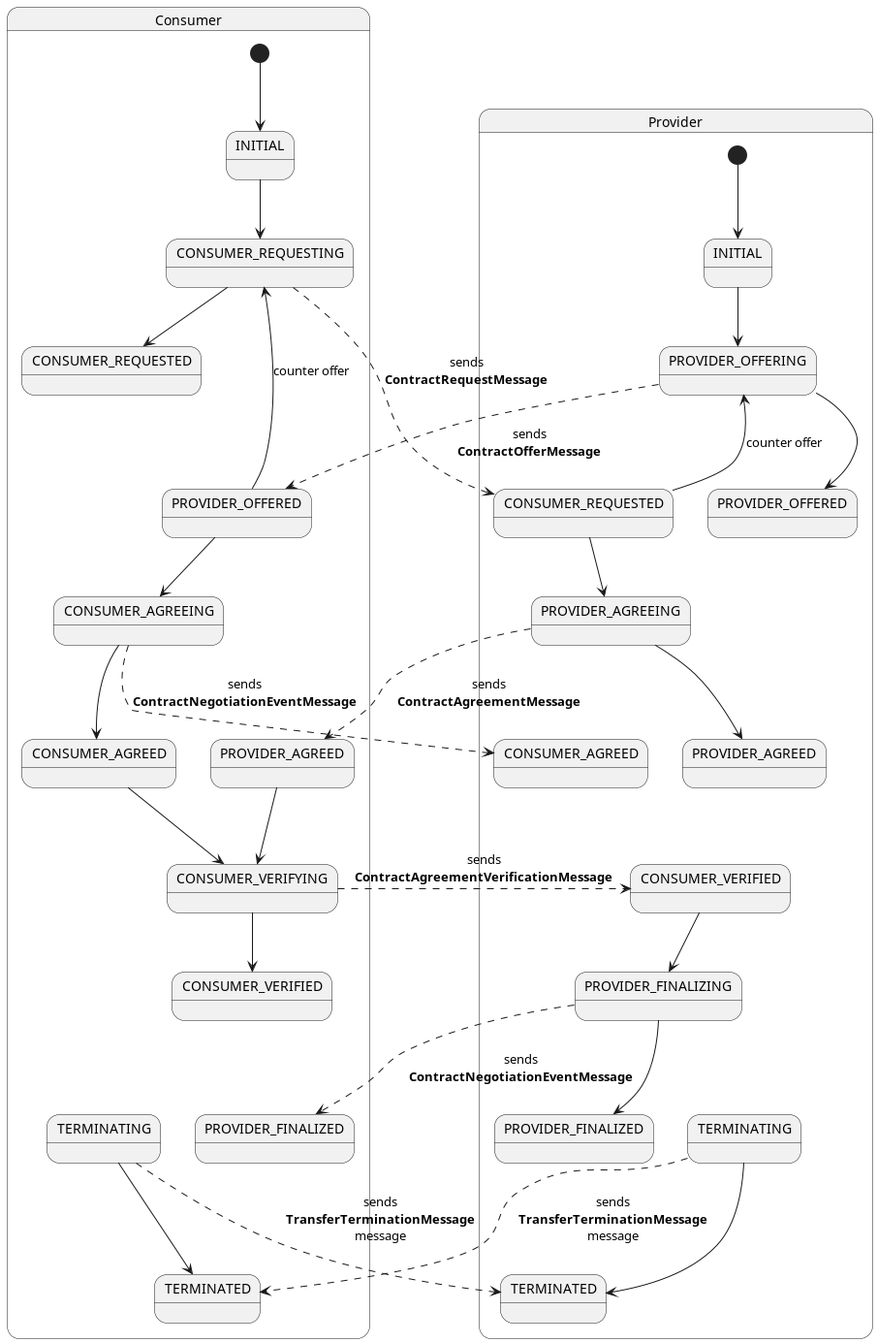
The PlantUML diagram docs/developer/architecture/usage-control/diagrams/contract-negotiation-states.png in eclipse-edc/Connector, before a commit.
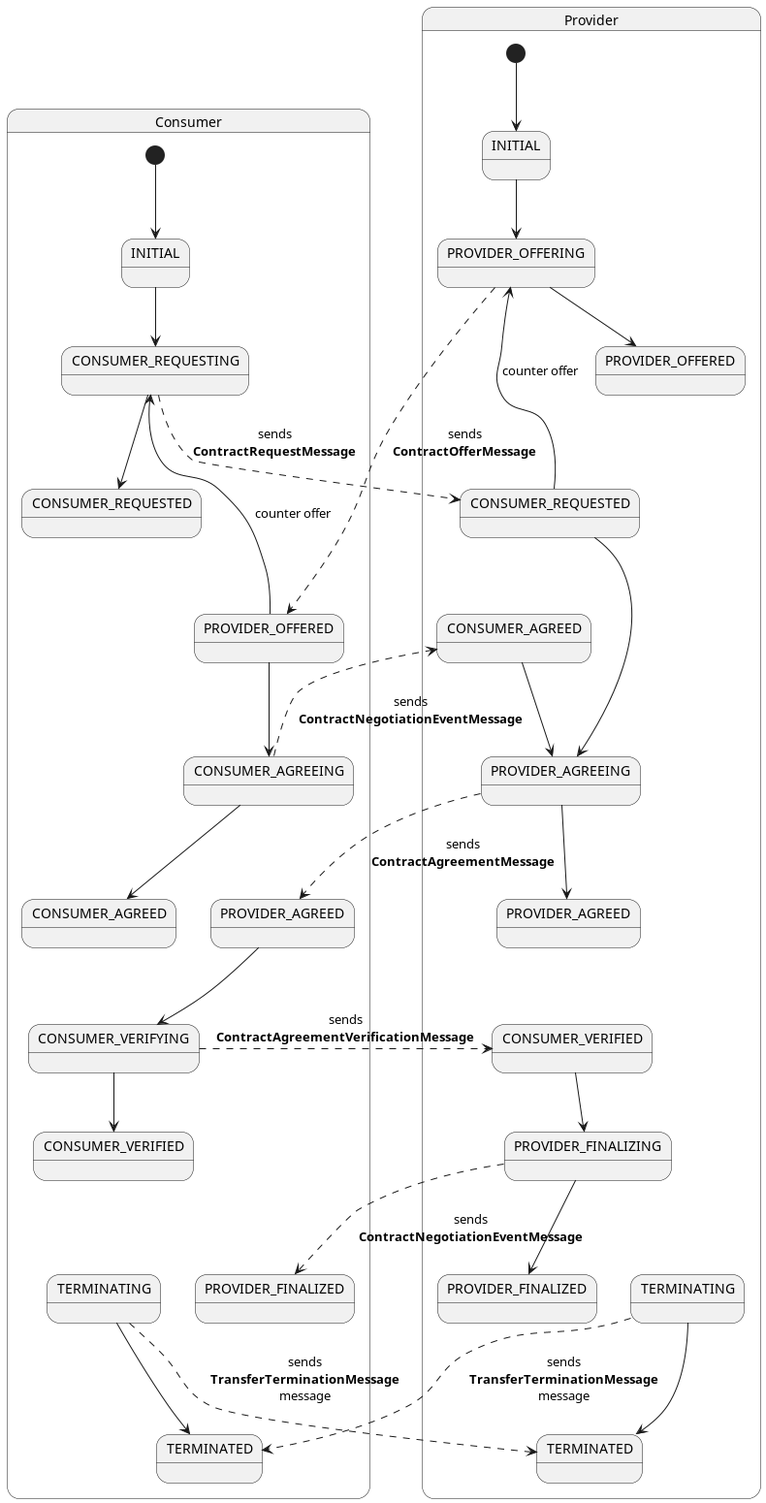
Later version of the same file.

Diff of the diagram source:
```diff
@@ -38,7 +38,7 @@
   CONSUMER_AGREEING_consumer --> CONSUMER_AGREED_consumer
   CONSUMER_AGREEING_consumer -[dashed]-> CONSUMER_AGREED_provider : sends\n**ContractNegotiationEventMessage**
 
-  CONSUMER_AGREED_consumer --> CONSUMER_VERIFYING_consumer
+  CONSUMER_AGREED_consumer -[hidden]-> CONSUMER_VERIFYING_consumer : used for layout
   PROVIDER_AGREED_consumer --> CONSUMER_VERIFYING_consumer
   CONSUMER_VERIFYING_consumer --> CONSUMER_VERIFIED_consumer
   CONSUMER_VERIFYING_consumer -[dashed]-> CONSUMER_VERIFIED_provider : sends\n**ContractAgreementVerificationMessage**
@@ -85,10 +85,11 @@
   PROVIDER_AGREEING_provider --> PROVIDER_AGREED_provider
   PROVIDER_AGREEING_provider -[dashed]-> PROVIDER_AGREED_consumer : sends\n**ContractAgreementMessage**
 
-  PROVIDER_OFFERING_provider -[hidden]-> CONSUMER_REQUESTED_provider : used for layout
-  PROVIDER_AGREEING_provider -[hidden]-> CONSUMER_AGREED_provider : used for layout
+  PROVIDER_OFFERED_provider -[hidden]-> CONSUMER_REQUESTED_provider : used for layout
   PROVIDER_AGREED_provider -[hidden]-> CONSUMER_VERIFIED_provider : used for layout
+  CONSUMER_REQUESTED_provider -[hidden]-> CONSUMER_AGREED_provider : used for layout
 
+  CONSUMER_AGREED_provider --> PROVIDER_AGREEING_provider
   CONSUMER_VERIFIED_provider --> PROVIDER_FINALIZING_provider
   PROVIDER_FINALIZING_provider --> PROVIDER_FINALIZED_provider
   PROVIDER_FINALIZING_provider -[dashed]-> PROVIDER_FINALIZED_consumer : sends\n**ContractNegotiationEventMessage**
```
